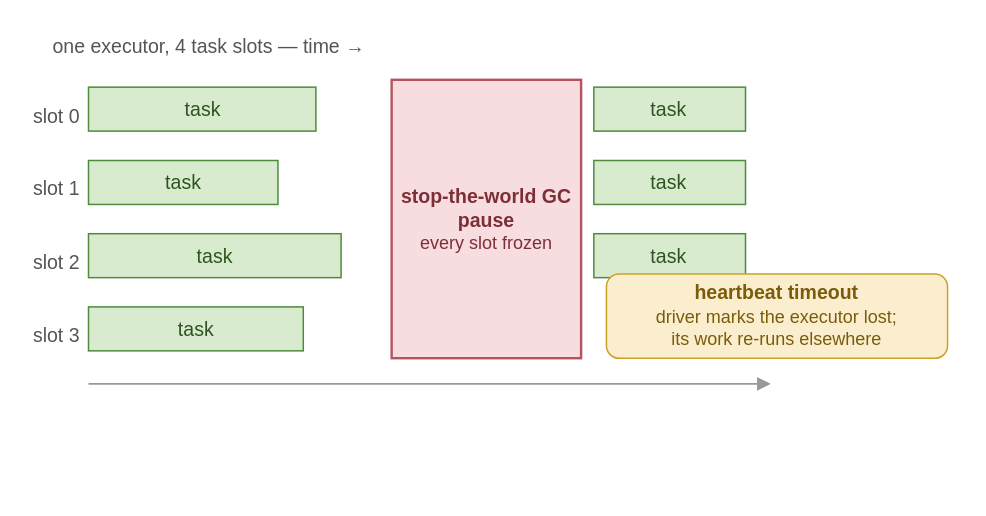
The draw.io diagram book/figures/gc-pause-stall.drawio in AlanPhan04/spark-101-to-pro, before the edit. Source tidied: cells renumbered, new cells numbered last; positions are measured from the earlier drawing's top-left corner, leaving out a move shared by most shapes. Both pictures are drawn from the tidied source at 150%, with x=0, y=0 at pixel (24, 24).
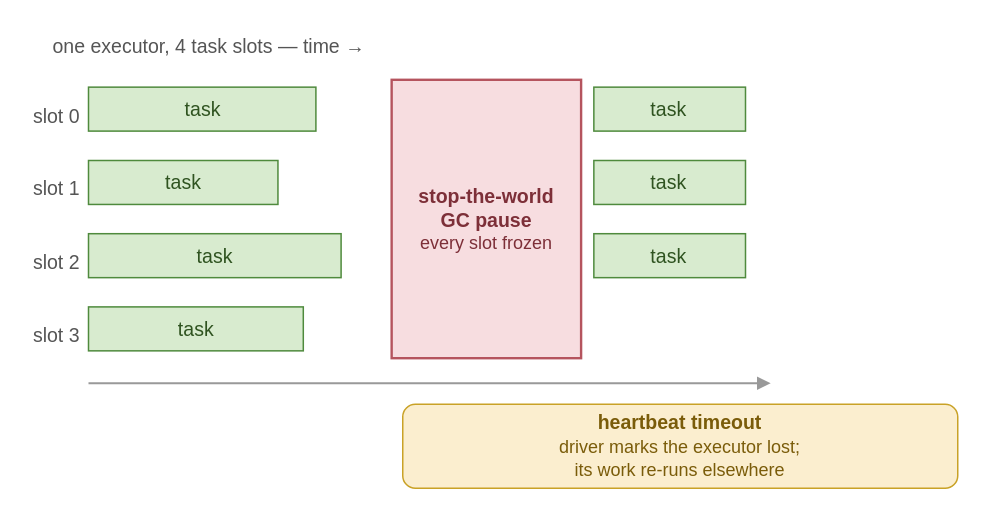
After the change.

Diff of the diagram source:
```diff
@@
 <mxGraphModel>
   <root>
     <mxCell id="0" />
     <mxCell id="1" parent="0" />
     <mxCell id="2" value="one executor, 4 task slots &amp;#8212; time &amp;#8594;" style="text;html=1;align=left;fontSize=13;fontColor=#555555;" parent="1" vertex="1">
       <mxGeometry x="17.3" y="0.1" width="303.2" height="19.5" as="geometry" />
     </mxCell>
     <mxCell id="3" value="slot 0" style="text;html=1;align=right;fontSize=13;fontColor=#555555;" parent="1" vertex="1">
       <mxGeometry x="0.4" y="46.5" width="37.1" height="19.5" as="geometry" />
     </mxCell>
     <mxCell id="4" value="slot 1" style="text;html=1;align=right;fontSize=13;fontColor=#555555;" parent="1" vertex="1">
       <mxGeometry x="0.4" y="95.3" width="37.1" height="19.5" as="geometry" />
     </mxCell>
     <mxCell id="5" value="slot 2" style="text;html=1;align=right;fontSize=13;fontColor=#555555;" parent="1" vertex="1">
       <mxGeometry x="0.4" y="144.2" width="37.1" height="19.5" as="geometry" />
     </mxCell>
     <mxCell id="6" value="slot 3" style="text;html=1;align=right;fontSize=13;fontColor=#555555;" parent="1" vertex="1">
       <mxGeometry x="0.4" y="193" width="37.1" height="19.5" as="geometry" />
     </mxCell>
     <mxCell id="7" value="task" style="rounded=0;whiteSpace=wrap;html=1;fillColor=#d8ebcf;strokeColor=#4f8a3d;fontSize=13;fontColor=#2f5320;" parent="1" vertex="1">
       <mxGeometry x="42.5" y="41.6" width="151.6" height="29.3" as="geometry" />
     </mxCell>
     <mxCell id="8" value="task" style="rounded=0;whiteSpace=wrap;html=1;fillColor=#d8ebcf;strokeColor=#4f8a3d;fontSize=13;fontColor=#2f5320;" parent="1" vertex="1">
       <mxGeometry x="42.5" y="90.5" width="126.3" height="29.3" as="geometry" />
     </mxCell>
     <mxCell id="9" value="task" style="rounded=0;whiteSpace=wrap;html=1;fillColor=#d8ebcf;strokeColor=#4f8a3d;fontSize=13;fontColor=#2f5320;" parent="1" vertex="1">
       <mxGeometry x="42.5" y="139.3" width="168.4" height="29.3" as="geometry" />
     </mxCell>
     <mxCell id="10" value="task" style="rounded=0;whiteSpace=wrap;html=1;fillColor=#d8ebcf;strokeColor=#4f8a3d;fontSize=13;fontColor=#2f5320;" parent="1" vertex="1">
       <mxGeometry x="42.5" y="188.1" width="143.2" height="29.3" as="geometry" />
     </mxCell>
-    <mxCell id="11" value="&lt;b&gt;stop-the-world GC pause&lt;/b&gt;&lt;br&gt;&lt;span style=&quot;font-size:12px&quot;&gt;every slot frozen&lt;/span&gt;" style="rounded=0;whiteSpace=wrap;html=1;fillColor=#f7dde0;strokeColor=#b5545e;strokeWidth=1.6;fontSize=13;fontColor=#7d2f38;" parent="1" vertex="1">
+    <mxCell id="11" value="&lt;b&gt;stop-the-world&lt;br&gt;GC pause&lt;/b&gt;&lt;br&gt;&lt;span style=&quot;font-size:12px&quot;&gt;every slot frozen&lt;/span&gt;" style="rounded=0;whiteSpace=wrap;html=1;fillColor=#f7dde0;strokeColor=#b5545e;strokeWidth=1.6;fontSize=13;fontColor=#7d2f38;" parent="1" vertex="1">
       <mxGeometry x="244.6" y="36.7" width="126.3" height="185.6" as="geometry" />
     </mxCell>
     <mxCell id="12" value="task" style="rounded=0;whiteSpace=wrap;html=1;fillColor=#d8ebcf;strokeColor=#4f8a3d;fontSize=13;fontColor=#2f5320;" parent="1" vertex="1">
       <mxGeometry x="379.4" y="41.6" width="101.1" height="29.3" as="geometry" />
     </mxCell>
     <mxCell id="13" value="task" style="rounded=0;whiteSpace=wrap;html=1;fillColor=#d8ebcf;strokeColor=#4f8a3d;fontSize=13;fontColor=#2f5320;" parent="1" vertex="1">
       <mxGeometry x="379.4" y="90.5" width="101.1" height="29.3" as="geometry" />
     </mxCell>
     <mxCell id="14" value="task" style="rounded=0;whiteSpace=wrap;html=1;fillColor=#d8ebcf;strokeColor=#4f8a3d;fontSize=13;fontColor=#2f5320;" parent="1" vertex="1">
       <mxGeometry x="379.4" y="139.3" width="101.1" height="29.3" as="geometry" />
     </mxCell>
     <mxCell id="15" value="&lt;b&gt;heartbeat timeout&lt;/b&gt;&lt;br&gt;&lt;span style=&quot;font-size:12px&quot;&gt;driver marks the executor lost;&lt;br&gt;its work re-runs elsewhere&lt;/span&gt;" style="rounded=1;whiteSpace=wrap;html=1;fillColor=#fbeecf;strokeColor=#c9a227;fontSize=13;fontColor=#7a5c0a;" parent="1" vertex="1">
-      <mxGeometry x="387.8" y="166.2" width="227.4" height="56.2" as="geometry" />
+      <mxGeometry x="252" y="253" width="370" height="56" as="geometry" />
     </mxCell>
     <mxCell id="16" style="endArrow=block;html=1;strokeColor=#999999;strokeWidth=1.2;" parent="1" edge="1">
       <mxGeometry relative="1" as="geometry">
-        <mxPoint x="42.5" y="239.4" as="sourcePoint" />
-        <mxPoint x="497.3" y="239.4" as="targetPoint" />
+        <mxPoint x="42.5" y="239" as="sourcePoint" />
+        <mxPoint x="497.3" y="239" as="targetPoint" />
       </mxGeometry>
     </mxCell>
   </root>
 </mxGraphModel>
```
